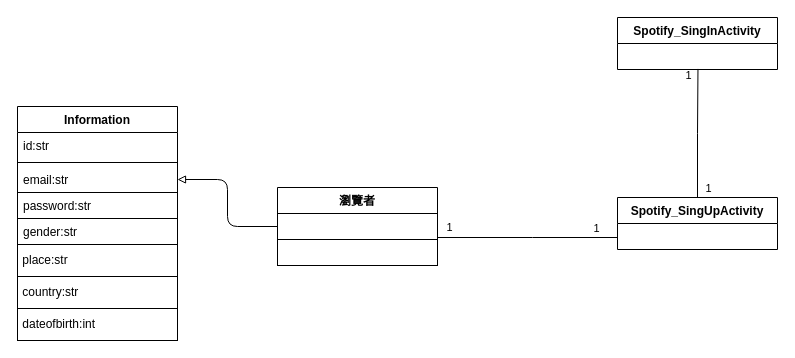
Before: page "註冊作業" (3 of 4) of draw object class.drawio in 35596035/End-of-period-project, a draw.io diagram. Source tidied: cells renumbered, new cells numbered last; positions are measured from the earlier drawing's top-left corner, leaving out a move shared by most shapes. Both pictures are drawn from the tidied source at 100%, with x=0, y=0 at pixel (17, 17).
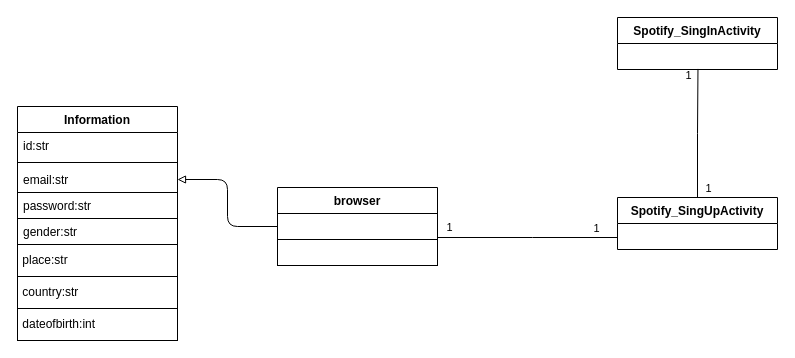
After the change.

The edit, as a diff of the source:
```diff
@@
-    <mxCell id="2" value="瀏覽者" style="swimlane;fontStyle=1;align=center;verticalAlign=top;horizontal=1;startSize=26;" parent="1" vertex="1">
+    <mxCell id="2" value="browser" style="swimlane;fontStyle=1;align=center;verticalAlign=top;horizontal=1;startSize=26;" parent="1" vertex="1">
       <mxGeometry x="260" y="170" width="160" height="78" as="geometry" />
     </mxCell>
```
